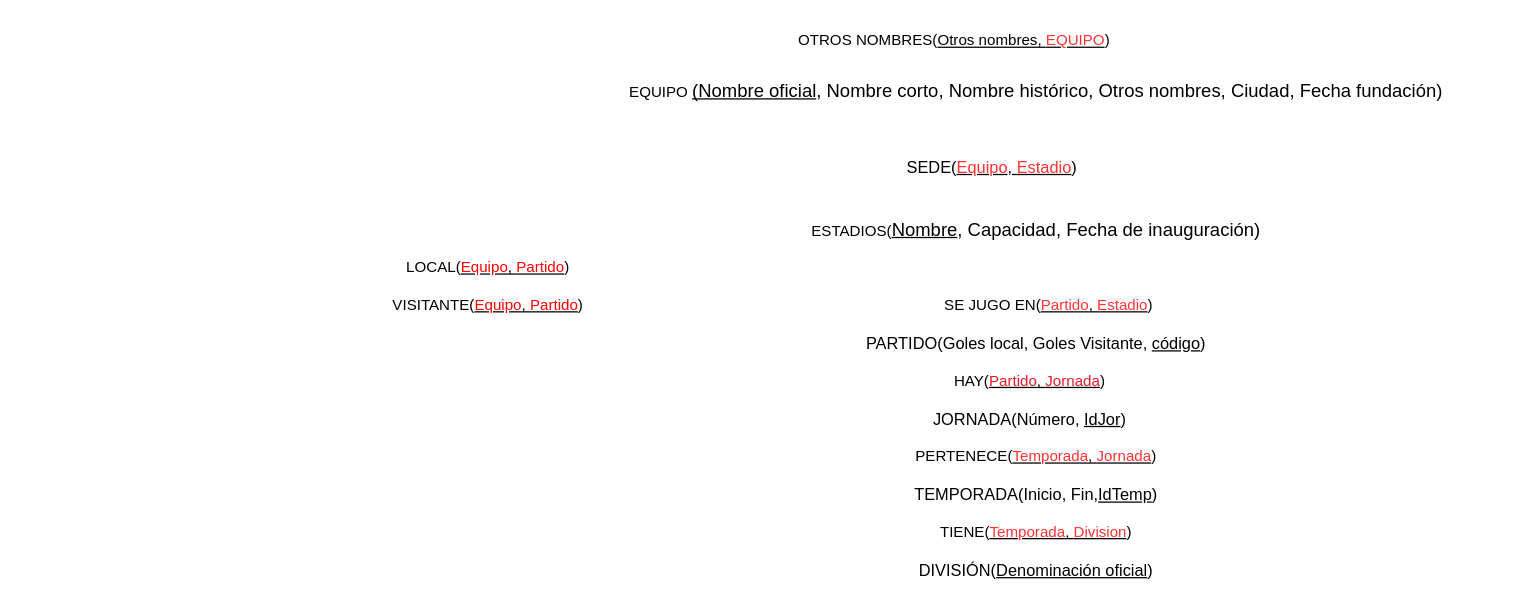
The draw.io diagram draws/EsquemaRelacional.drawio in Practicass/Practica1_LigaFutbol, before the edit. Source tidied: cells renumbered, new cells numbered last; positions are measured from the earlier drawing's top-left corner, leaving out a move shared by most shapes. Both pictures are drawn from the tidied source at 126%, with x=0, y=0 at pixel (21, 21).
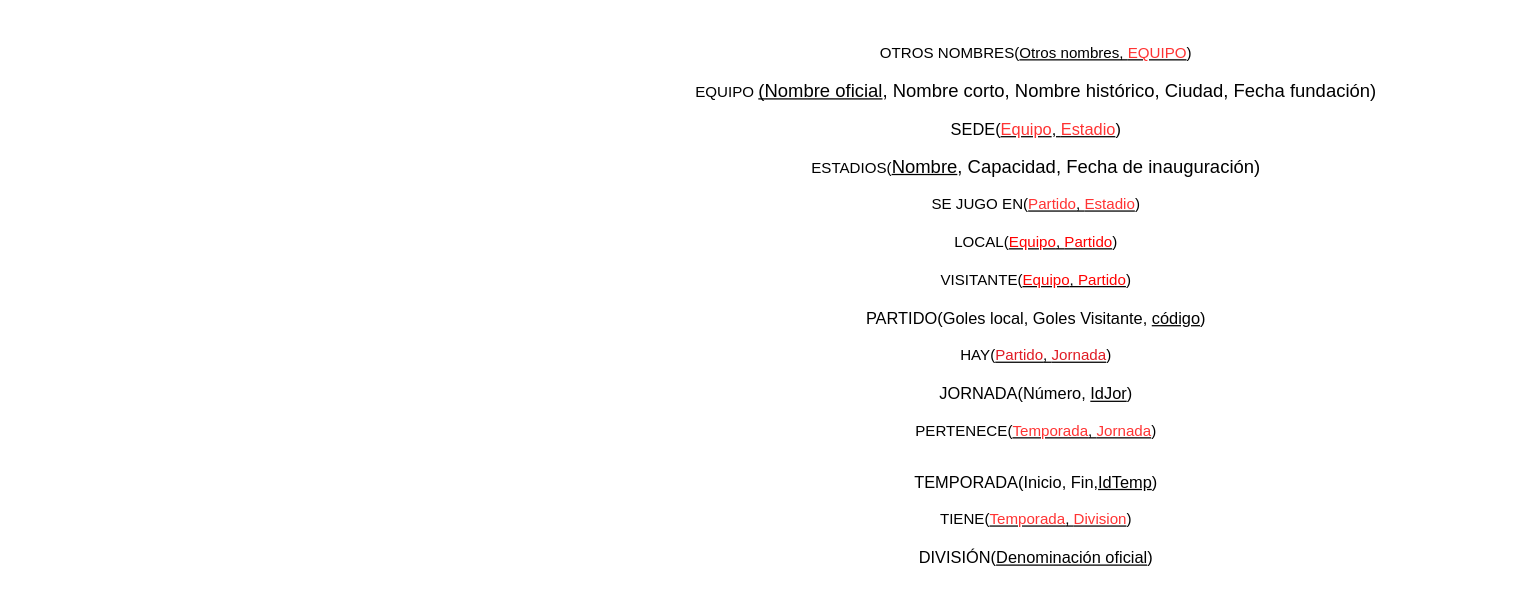
After the change.

Diff of the diagram source:
```diff
@@
 <mxGraphModel>
   <root>
     <mxCell id="0" />
     <mxCell id="1" parent="0" />
-    <mxCell id="2" value="EQUIPO &lt;span style=&quot;font-size: 11pt; font-family: Arial; color: rgb(0, 0, 0); background-color: transparent; font-weight: 400; font-style: normal; font-variant: normal; text-decoration: underline; text-decoration-skip-ink: none; vertical-align: baseline;&quot;&gt;(Nombre oficial&lt;/span&gt;&lt;span style=&quot;font-size: 11pt; font-family: Arial; color: rgb(0, 0, 0); background-color: transparent; font-weight: 400; font-style: normal; font-variant: normal; text-decoration: none; vertical-align: baseline;&quot;&gt;, Nombre corto, Nombre histórico, Otros nombres, Ciudad, Fecha fundación)&lt;/span&gt;" style="text;html=1;strokeColor=none;fillColor=none;align=center;verticalAlign=middle;whiteSpace=wrap;rounded=0;" parent="1" vertex="1">
+    <mxCell id="2" value="EQUIPO &lt;span style=&quot;font-size: 11pt; font-family: Arial; color: rgb(0, 0, 0); background-color: transparent; font-weight: 400; font-style: normal; font-variant: normal; text-decoration: underline; text-decoration-skip-ink: none; vertical-align: baseline;&quot;&gt;(Nombre oficial&lt;/span&gt;&lt;span style=&quot;font-size: 11pt; font-family: Arial; color: rgb(0, 0, 0); background-color: transparent; font-weight: 400; font-style: normal; font-variant: normal; text-decoration: none; vertical-align: baseline;&quot;&gt;, Nombre corto, Nombre histórico, Ciudad, Fecha fundación)&lt;/span&gt;" style="text;html=1;strokeColor=none;fillColor=none;align=center;verticalAlign=middle;whiteSpace=wrap;rounded=0;" parent="1" vertex="1">
       <mxGeometry x="435" y="40" width="740" height="30" as="geometry" />
     </mxCell>
     <mxCell id="3" value="&lt;p id=&quot;docs-internal-guid-ae7be185-7fff-9508-fb25-8bbcf56c84a8&quot; style=&quot;line-height:1.38;margin-top:0pt;margin-bottom:0pt;&quot; dir=&quot;ltr&quot;&gt;ESTADIOS(&lt;span style=&quot;font-size: 11pt; font-family: Arial; color: rgb(0, 0, 0); background-color: transparent; font-weight: 400; font-style: normal; font-variant: normal; text-decoration: underline; text-decoration-skip-ink: none; vertical-align: baseline;&quot;&gt;Nombre&lt;/span&gt;&lt;span style=&quot;font-size: 11pt; font-family: Arial; color: rgb(0, 0, 0); background-color: transparent; font-weight: 400; font-style: normal; font-variant: normal; text-decoration: none; vertical-align: baseline;&quot;&gt;, Capacidad, Fecha de inauguración)&lt;/span&gt;&lt;/p&gt;" style="text;html=1;strokeColor=none;fillColor=none;align=center;verticalAlign=middle;whiteSpace=wrap;rounded=0;" parent="1" vertex="1">
-      <mxGeometry x="435" y="150" width="740" height="30" as="geometry" />
+      <mxGeometry x="435" y="100" width="740" height="30" as="geometry" />
     </mxCell>
     <mxCell id="4" value="&lt;p id=&quot;docs-internal-guid-b29137fc-7fff-e210-7a7c-c94be5e26367&quot; style=&quot;line-height: 1.38; margin-top: 0pt; margin-bottom: 0pt; font-size: 13px;&quot; dir=&quot;ltr&quot;&gt;&lt;font style=&quot;font-size: 13px;&quot;&gt;PARTIDO(Goles local, Goles Visitante, &lt;u&gt;código&lt;/u&gt;)&lt;/font&gt;&lt;/p&gt;&lt;p id=&quot;docs-internal-guid-ae7be185-7fff-9508-fb25-8bbcf56c84a8&quot; style=&quot;line-height: 1.38; margin-top: 0pt; margin-bottom: 0pt; font-size: 13px;&quot; dir=&quot;ltr&quot;&gt;&lt;/p&gt;" style="text;html=1;strokeColor=none;fillColor=none;align=center;verticalAlign=middle;whiteSpace=wrap;rounded=0;" parent="1" vertex="1">
-      <mxGeometry x="435" y="240" width="740" height="30" as="geometry" />
+      <mxGeometry x="435" y="220" width="740" height="30" as="geometry" />
     </mxCell>
     <mxCell id="5" value="&lt;p id=&quot;docs-internal-guid-d062ec6a-7fff-5ad4-b682-37d9f37c2bd6&quot; style=&quot;line-height: 1.38; margin-top: 0pt; margin-bottom: 0pt; font-size: 13px;&quot; dir=&quot;ltr&quot;&gt;JORNADA(Número, &lt;u&gt;IdJor&lt;/u&gt;)&lt;/p&gt;&lt;p id=&quot;docs-internal-guid-b29137fc-7fff-e210-7a7c-c94be5e26367&quot; style=&quot;line-height:1.38;margin-top:0pt;margin-bottom:0pt;&quot; dir=&quot;ltr&quot;&gt;&lt;/p&gt;&lt;p id=&quot;docs-internal-guid-ae7be185-7fff-9508-fb25-8bbcf56c84a8&quot; style=&quot;line-height:1.38;margin-top:0pt;margin-bottom:0pt;&quot; dir=&quot;ltr&quot;&gt;&lt;/p&gt;" style="text;html=1;strokeColor=none;fillColor=none;align=center;verticalAlign=middle;whiteSpace=wrap;rounded=0;" parent="1" vertex="1">
-      <mxGeometry x="430" y="300" width="740" height="30" as="geometry" />
+      <mxGeometry x="435" y="280" width="740" height="30" as="geometry" />
     </mxCell>
     <mxCell id="6" value="&lt;p id=&quot;docs-internal-guid-06d0baa3-7fff-bc2a-16c3-9cde62015013&quot; style=&quot;line-height: 1.38; margin-top: 0pt; margin-bottom: 0pt; font-size: 13px;&quot; dir=&quot;ltr&quot;&gt;TEMPORADA(&lt;span style=&quot;font-family: Arial; color: rgb(0, 0, 0); background-color: transparent; font-style: normal; font-variant: normal; text-decoration-skip-ink: none; vertical-align: baseline;&quot;&gt;Inicio&lt;/span&gt;&lt;span style=&quot;font-family: Arial; color: rgb(0, 0, 0); background-color: transparent; font-style: normal; font-variant: normal; text-decoration: none; vertical-align: baseline;&quot;&gt;, Fin,&lt;u&gt;IdTemp&lt;/u&gt;)&lt;/span&gt;&lt;/p&gt;&lt;p id=&quot;docs-internal-guid-d062ec6a-7fff-5ad4-b682-37d9f37c2bd6&quot; style=&quot;line-height:1.38;margin-top:0pt;margin-bottom:0pt;&quot; dir=&quot;ltr&quot;&gt;&lt;/p&gt;&lt;p id=&quot;docs-internal-guid-b29137fc-7fff-e210-7a7c-c94be5e26367&quot; style=&quot;line-height:1.38;margin-top:0pt;margin-bottom:0pt;&quot; dir=&quot;ltr&quot;&gt;&lt;/p&gt;&lt;p id=&quot;docs-internal-guid-ae7be185-7fff-9508-fb25-8bbcf56c84a8&quot; style=&quot;line-height:1.38;margin-top:0pt;margin-bottom:0pt;&quot; dir=&quot;ltr&quot;&gt;&lt;/p&gt;" style="text;html=1;strokeColor=none;fillColor=none;align=center;verticalAlign=middle;whiteSpace=wrap;rounded=0;" parent="1" vertex="1">
-      <mxGeometry x="435" y="360" width="740" height="30" as="geometry" />
+      <mxGeometry x="435" y="350" width="740" height="30" as="geometry" />
     </mxCell>
     <mxCell id="7" value="&lt;p id=&quot;docs-internal-guid-3562eadd-7fff-00f9-283a-577bf8721a5b&quot; style=&quot;line-height: 1.38; margin-top: 0pt; margin-bottom: 0pt; font-size: 13px;&quot; dir=&quot;ltr&quot;&gt;&lt;font style=&quot;font-size: 13px;&quot;&gt;DIVISIÓN(&lt;u&gt;Denominación oficial&lt;/u&gt;)&lt;/font&gt;&lt;/p&gt;" style="text;html=1;strokeColor=none;fillColor=none;align=center;verticalAlign=middle;whiteSpace=wrap;rounded=0;" parent="1" vertex="1">
-      <mxGeometry x="435" y="420" width="740" height="30" as="geometry" />
+      <mxGeometry x="435" y="410" width="740" height="30" as="geometry" />
     </mxCell>
     <mxCell id="8" value="&lt;p id=&quot;docs-internal-guid-3562eadd-7fff-00f9-283a-577bf8721a5b&quot; style=&quot;line-height: 100%; margin-top: 0pt; margin-bottom: 0pt; font-size: 13px;&quot; dir=&quot;ltr&quot;&gt;&lt;font style=&quot;font-size: 13px;&quot;&gt;SEDE(&lt;u&gt;&lt;font color=&quot;#FF3333&quot;&gt;Equipo&lt;/font&gt;, &lt;font color=&quot;#FF3333&quot;&gt;Estadio&lt;/font&gt;&lt;/u&gt;)&lt;/font&gt;&lt;/p&gt;" style="text;html=1;strokeColor=none;fillColor=none;align=center;verticalAlign=middle;whiteSpace=wrap;rounded=0;" parent="1" vertex="1">
-      <mxGeometry x="400" y="100" width="740" height="30" as="geometry" />
+      <mxGeometry x="435" y="70" width="740" height="30" as="geometry" />
     </mxCell>
     <mxCell id="9" value="TIENE(&lt;u&gt;&lt;font color=&quot;#FF3333&quot;&gt;Temporada&lt;/font&gt;, &lt;font color=&quot;#FF3333&quot;&gt;Division&lt;/font&gt;&lt;/u&gt;)" style="text;html=1;strokeColor=none;fillColor=none;align=center;verticalAlign=middle;whiteSpace=wrap;rounded=0;" parent="1" vertex="1">
-      <mxGeometry x="435" y="390" width="740" height="30" as="geometry" />
+      <mxGeometry x="435" y="380" width="740" height="30" as="geometry" />
     </mxCell>
     <mxCell id="10" value="PERTENECE(&lt;u&gt;&lt;font color=&quot;#FF3333&quot;&gt;Temporada&lt;/font&gt;, &lt;font color=&quot;#FF3333&quot;&gt;Jornada&lt;/font&gt;&lt;/u&gt;)" style="text;html=1;strokeColor=none;fillColor=none;align=center;verticalAlign=middle;whiteSpace=wrap;rounded=0;" parent="1" vertex="1">
-      <mxGeometry x="435" y="330" width="740" height="30" as="geometry" />
+      <mxGeometry x="435" y="310" width="740" height="30" as="geometry" />
     </mxCell>
     <mxCell id="11" value="HAY(&lt;u&gt;&lt;font color=&quot;#e01b24&quot;&gt;Partido&lt;/font&gt;, &lt;font color=&quot;#e01b24&quot;&gt;Jornada&lt;/font&gt;&lt;/u&gt;)" style="text;html=1;strokeColor=none;fillColor=none;align=center;verticalAlign=middle;whiteSpace=wrap;rounded=0;" parent="1" vertex="1">
-      <mxGeometry x="430" y="270" width="740" height="30" as="geometry" />
+      <mxGeometry x="435" y="250" width="740" height="30" as="geometry" />
     </mxCell>
     <mxCell id="12" value="SE JUGO EN(&lt;u&gt;&lt;font color=&quot;#FF3333&quot;&gt;Partido&lt;/font&gt;, &lt;font color=&quot;#FF3333&quot;&gt;Estadio&lt;/font&gt;&lt;/u&gt;)" style="text;html=1;strokeColor=none;fillColor=none;align=center;verticalAlign=middle;whiteSpace=wrap;rounded=0;" parent="1" vertex="1">
-      <mxGeometry x="445" y="210" width="740" height="30" as="geometry" />
+      <mxGeometry x="435" y="130" width="740" height="30" as="geometry" />
     </mxCell>
     <mxCell id="13" value="LOCAL(&lt;u&gt;&lt;font color=&quot;#FF0000&quot;&gt;Equipo&lt;/font&gt;, &lt;font color=&quot;#FF0000&quot;&gt;Partido&lt;/font&gt;&lt;/u&gt;)" style="text;html=1;strokeColor=none;fillColor=none;align=center;verticalAlign=middle;whiteSpace=wrap;rounded=0;" parent="1" vertex="1">
-      <mxGeometry y="180" width="740" height="30" as="geometry" />
+      <mxGeometry x="435" y="160" width="740" height="30" as="geometry" />
     </mxCell>
     <mxCell id="14" value="VISITANTE(&lt;u&gt;&lt;font color=&quot;#FF0000&quot;&gt;Equipo&lt;/font&gt;, &lt;font color=&quot;#FF0000&quot;&gt;Partido&lt;/font&gt;&lt;/u&gt;)" style="text;html=1;strokeColor=none;fillColor=none;align=center;verticalAlign=middle;whiteSpace=wrap;rounded=0;" parent="1" vertex="1">
-      <mxGeometry y="210" width="740" height="30" as="geometry" />
+      <mxGeometry x="435" y="190" width="740" height="30" as="geometry" />
     </mxCell>
     <mxCell id="15" value="OTROS NOMBRES(&lt;u&gt;Otros nombres, &lt;font color=&quot;#FF3333&quot;&gt;EQUIPO&lt;/font&gt;&lt;/u&gt;)" style="text;html=1;strokeColor=none;fillColor=none;align=center;verticalAlign=middle;whiteSpace=wrap;rounded=0;" parent="1" vertex="1">
-      <mxGeometry x="370" width="740" height="30" as="geometry" />
+      <mxGeometry x="435" y="10" width="740" height="30" as="geometry" />
     </mxCell>
   </root>
 </mxGraphModel>
```
